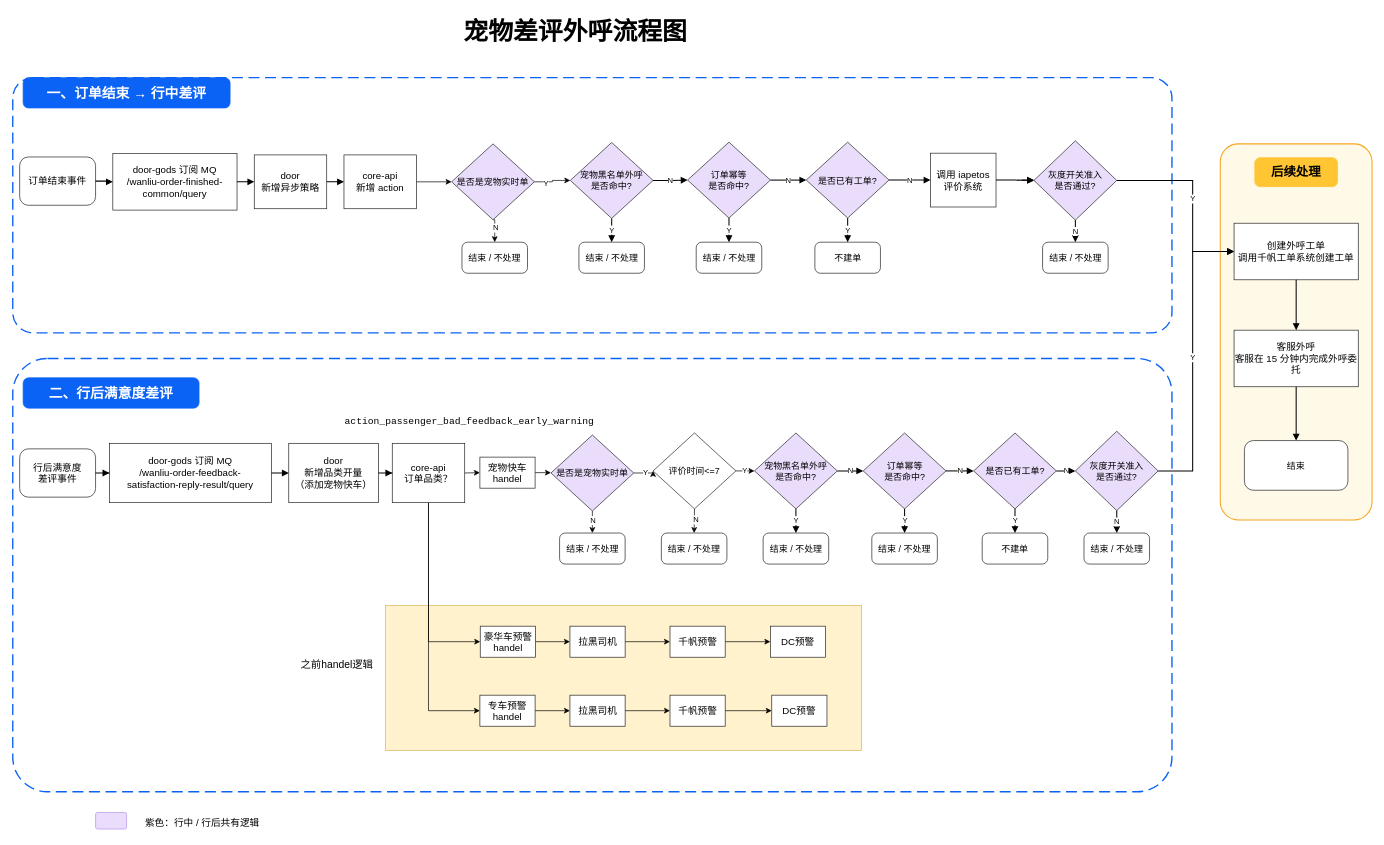
This is 宠物外呼流程图.drawio from EYOKE/hello-world, a draw.io file, before an edit. Source tidied: cells renumbered, new cells numbered last; positions are measured from the earlier drawing's top-left corner, leaving out a move shared by most shapes. Both pictures are drawn from the tidied source at 69%, with x=0, y=0 at pixel (12, 12).
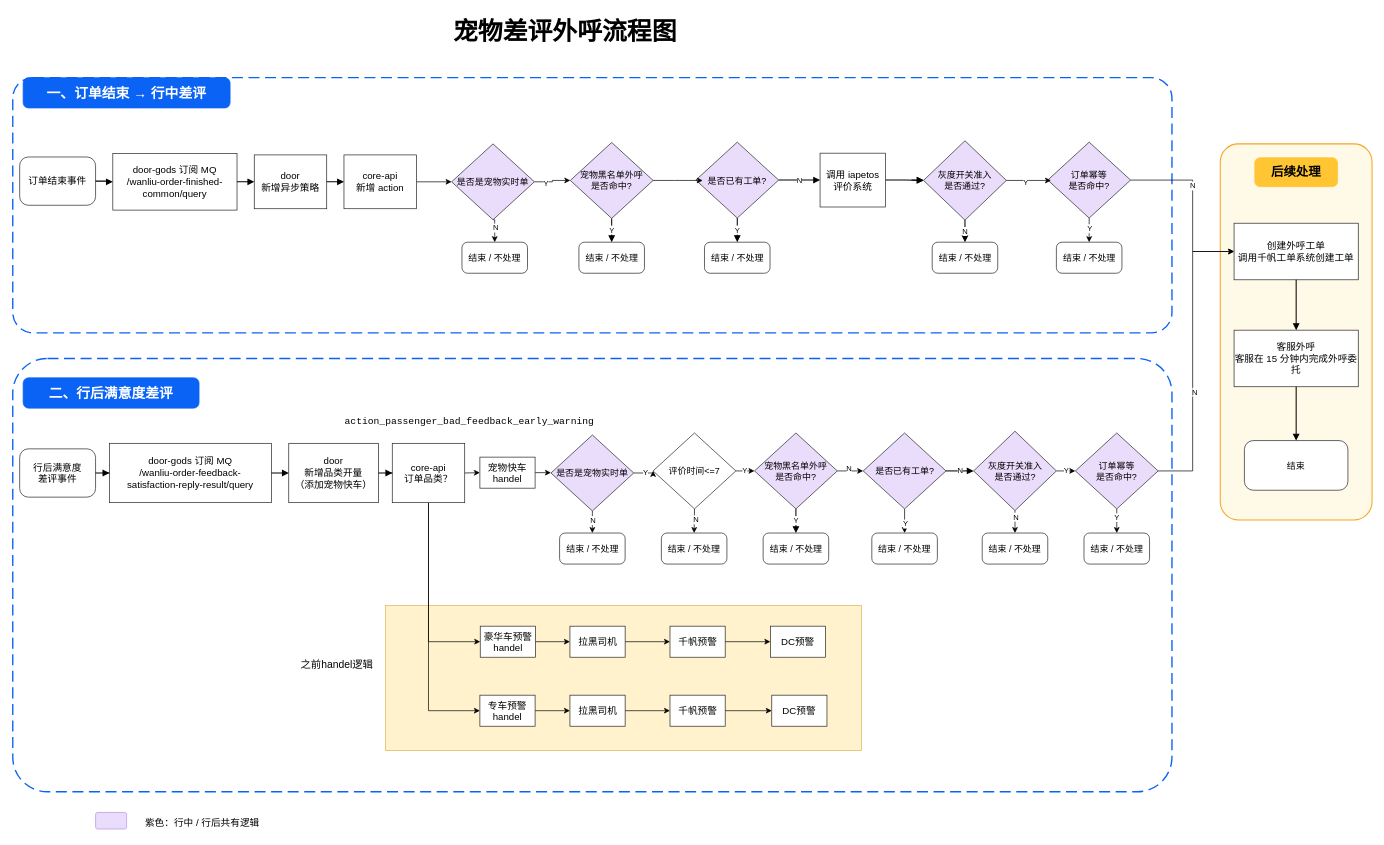
Above is the later version.

Commit message:
订单幂等后移

Unchanged cells that the change refers to:
```xml
<mxCell id="13" value="宠物黑名单外呼&lt;br&gt;是否命中?" style="rhombus;whiteSpace=wrap;html=1;fillColor=#EADCFB;strokeColor=#222222;fontSize=13;" parent="1" vertex="1">
  <mxGeometry x="808" y="189" width="120" height="110" as="geometry" />
</mxCell>
<mxCell id="28" value="宠物黑名单外呼&lt;br&gt;是否命中?" style="rhombus;whiteSpace=wrap;html=1;fillColor=#EADCFB;strokeColor=#222222;fontSize=13;" parent="1" vertex="1">
  <mxGeometry x="1075" y="610" width="120" height="110" as="geometry" />
</mxCell>
<mxCell id="33" value="结束 / 不处理" style="rounded=1;whiteSpace=wrap;html=1;fillColor=#FFFFFF;strokeColor=#222222;fontSize=13;arcSize=18;" parent="1" vertex="1">
  <mxGeometry x="1245" y="755" width="95" height="45" as="geometry" />
</mxCell>
<mxCell id="35" value="结束 / 不处理" style="rounded=1;whiteSpace=wrap;html=1;fillColor=#FFFFFF;strokeColor=#222222;fontSize=13;arcSize=18;" parent="1" vertex="1">
  <mxGeometry x="1552.5" y="755" width="95" height="45" as="geometry" />
</mxCell>
<mxCell id="38" value="创建外呼工单&lt;br&gt;调用千帆工单系统创建工单" style="rounded=0;whiteSpace=wrap;html=1;fillColor=#FFFFFF;strokeColor=#222222;fontSize=14;" parent="1" vertex="1">
  <mxGeometry x="1770" y="306" width="180" height="82" as="geometry" />
</mxCell>
```

What changed in the source:
```diff
@@
     <mxCell id="3" value="宠物差评外呼流程图" style="text;html=1;strokeColor=none;fillColor=none;align=center;verticalAlign=middle;fontSize=36;fontStyle=1;fontFamily=Helvetica;" parent="1" vertex="1">
-      <mxGeometry x="490" width="650" height="55" as="geometry" />
+      <mxGeometry x="490" width="620" height="55" as="geometry" />
     </mxCell>
@@
-    <mxCell id="14" value="订单幂等&lt;br&gt;是否命中?" style="rhombus;whiteSpace=wrap;html=1;fillColor=#EADCFB;strokeColor=#222222;fontSize=13;" parent="1" vertex="1">
-      <mxGeometry x="978" y="188.5" width="120" height="110" as="geometry" />
-    </mxCell>
     <mxCell id="15" value="是否已有工单?" style="rhombus;whiteSpace=wrap;html=1;fillColor=#EADCFB;strokeColor=#222222;fontSize=13;" parent="1" vertex="1">
-      <mxGeometry x="1150" y="188.5" width="120" height="110" as="geometry" />
+      <mxGeometry x="990" y="188.5" width="120" height="110" as="geometry" />
     </mxCell>
     <mxCell id="16" value="调用 iapetos&lt;br&gt;评价系统" style="rounded=0;whiteSpace=wrap;html=1;fillColor=#FFFFFF;strokeColor=#222222;fontSize=14;" parent="1" vertex="1">
-      <mxGeometry x="1330" y="204.5" width="95" height="78" as="geometry" />
+      <mxGeometry x="1170" y="204.5" width="95" height="78" as="geometry" />
     </mxCell>
@@
     <mxCell id="18" value="结束 / 不处理" style="rounded=1;whiteSpace=wrap;html=1;fillColor=#FFFFFF;strokeColor=#222222;fontSize=13;arcSize=18;" parent="1" vertex="1">
-      <mxGeometry x="990.5" y="333.5" width="95" height="45" as="geometry" />
+      <mxGeometry x="1512.5" y="333.5" width="95" height="45" as="geometry" />
     </mxCell>
-    <mxCell id="19" value="不建单" style="rounded=1;whiteSpace=wrap;html=1;fillColor=#FFFFFF;strokeColor=#222222;fontSize=13;arcSize=18;" parent="1" vertex="1">
-      <mxGeometry x="1162.5" y="333.5" width="95" height="45" as="geometry" />
+    <mxCell id="19" value="结束 / 不处理" style="rounded=1;whiteSpace=wrap;html=1;fillColor=#FFFFFF;strokeColor=#222222;fontSize=13;arcSize=18;" parent="1" vertex="1">
+      <mxGeometry x="1002.5" y="333.5" width="95" height="45" as="geometry" />
     </mxCell>
     <mxCell id="20" value="结束 / 不处理" style="rounded=1;whiteSpace=wrap;html=1;fillColor=#FFFFFF;strokeColor=#222222;fontSize=13;arcSize=18;" parent="1" vertex="1">
-      <mxGeometry x="1492.5" y="333.5" width="95" height="45" as="geometry" />
+      <mxGeometry x="1332.5" y="333.5" width="95" height="45" as="geometry" />
     </mxCell>
@@
+    <mxCell id="106" style="edgeStyle=orthogonalEdgeStyle;rounded=0;jettySize=auto;html=1;exitX=1;exitY=0.5;exitDx=0;exitDy=0;entryX=0;entryY=0.5;entryDx=0;entryDy=0;" parent="1" edge="1" source="28" target="30">
+      <mxGeometry relative="1" as="geometry" />
+    </mxCell>
+    <mxCell id="107" value="N" style="edgeLabel;html=1;align=center;verticalAlign=middle;" parent="106" vertex="1">
+      <mxGeometry x="-0.16" y="4" relative="1" as="geometry" />
+    </mxCell>
@@
-    <mxCell id="29" value="订单幂等&lt;br&gt;是否命中?" style="rhombus;whiteSpace=wrap;html=1;fillColor=#EADCFB;strokeColor=#222222;fontSize=13;" parent="1" vertex="1">
-      <mxGeometry x="1232.5" y="610" width="120" height="110" as="geometry" />
-    </mxCell>
+    <mxCell id="108" style="edgeStyle=orthogonalEdgeStyle;rounded=0;jettySize=auto;html=1;exitX=0.5;exitY=1;exitDx=0;exitDy=0;entryX=0.5;entryY=0;entryDx=0;entryDy=0;" parent="1" edge="1" source="30" target="33">
+      <mxGeometry relative="1" as="geometry" />
+    </mxCell>
+    <mxCell id="109" value="Y" style="edgeLabel;html=1;align=center;verticalAlign=middle;" parent="108" vertex="1">
+      <mxGeometry x="0.21" y="1" relative="1" as="geometry" />
+    </mxCell>
     <mxCell id="30" value="是否已有工单?" style="rhombus;whiteSpace=wrap;html=1;fillColor=#EADCFB;strokeColor=#222222;fontSize=13;" parent="1" vertex="1">
-      <mxGeometry x="1392.5" y="610" width="120" height="110" as="geometry" />
+      <mxGeometry x="1232.5" y="610" width="120" height="110" as="geometry" />
     </mxCell>
+    <mxCell id="110" style="edgeStyle=orthogonalEdgeStyle;rounded=0;jettySize=auto;html=1;exitX=0.5;exitY=1;exitDx=0;exitDy=0;entryX=0.5;entryY=0;entryDx=0;entryDy=0;" parent="1" edge="1" source="31" target="118">
+      <mxGeometry relative="1" as="geometry" />
+    </mxCell>
+    <mxCell id="111" value="N" style="edgeLabel;html=1;align=center;verticalAlign=middle;" parent="110" vertex="1">
+      <mxGeometry x="-0.44" y="1" relative="1" as="geometry" />
+    </mxCell>
+    <mxCell id="112" value="Y" style="edgeStyle=orthogonalEdgeStyle;rounded=0;jettySize=auto;html=1;exitX=1;exitY=0.5;exitDx=0;exitDy=0;entryX=0;entryY=0.5;entryDx=0;entryDy=0;" parent="1" edge="1" source="31" target="117">
+      <mxGeometry relative="1" as="geometry" />
+    </mxCell>
     <mxCell id="31" value="灰度开关准入&lt;br&gt;是否通过?" style="rhombus;whiteSpace=wrap;html=1;fillColor=#EADCFB;strokeColor=#222222;fontSize=13;" parent="1" vertex="1">
-      <mxGeometry x="1540" y="607.5" width="120" height="115" as="geometry" />
+      <mxGeometry x="1392.5" y="607.5" width="120" height="115" as="geometry" />
     </mxCell>
@@
-    <mxCell id="34" value="不建单" style="rounded=1;whiteSpace=wrap;html=1;fillColor=#FFFFFF;strokeColor=#222222;fontSize=13;arcSize=18;" parent="1" vertex="1">
-      <mxGeometry x="1405" y="755" width="95" height="45" as="geometry" />
-    </mxCell>
@@
-    <mxCell id="44" value="N" style="edgeStyle=orthogonalEdgeStyle;rounded=0;jettySize=auto;html=1;endArrow=block;endFill=1;strokeWidth=1.5;" parent="1" edge="1" source="13" target="14">
-      <mxGeometry relative="1" as="geometry" />
-    </mxCell>
-    <mxCell id="45" value="N" style="edgeStyle=orthogonalEdgeStyle;rounded=0;jettySize=auto;html=1;endArrow=block;endFill=1;strokeWidth=1.5;" parent="1" edge="1" source="14" target="15">
-      <mxGeometry relative="1" as="geometry" />
-    </mxCell>
@@
-    <mxCell id="48" value="Y" style="edgeStyle=orthogonalEdgeStyle;rounded=0;jettySize=auto;html=1;endArrow=block;endFill=1;strokeWidth=1.5;entryX=0;entryY=0.5;entryDx=0;entryDy=0;" parent="1" edge="1" source="105">
-      <mxGeometry relative="1" as="geometry">
-        <mxPoint x="1770" y="347" as="targetPoint" />
-        <Array as="points">
-          <mxPoint x="1710" y="243.5" />
-          <mxPoint x="1710" y="347" />
-        </Array>
-      </mxGeometry>
-    </mxCell>
@@
-    <mxCell id="50" value="Y" style="edgeStyle=orthogonalEdgeStyle;rounded=0;jettySize=auto;html=1;endArrow=block;endFill=1;strokeWidth=1.5;" parent="1" edge="1" source="14" target="18">
-      <mxGeometry relative="1" as="geometry" />
-    </mxCell>
@@
-    <mxCell id="56" value="N" style="edgeStyle=orthogonalEdgeStyle;rounded=0;jettySize=auto;html=1;endArrow=block;endFill=1;strokeWidth=1.5;" parent="1" edge="1" source="28" target="29">
-      <mxGeometry relative="1" as="geometry" />
-    </mxCell>
-    <mxCell id="57" value="N" style="edgeStyle=orthogonalEdgeStyle;rounded=0;jettySize=auto;html=1;endArrow=block;endFill=1;strokeWidth=1.5;" parent="1" edge="1" source="29" target="30">
-      <mxGeometry relative="1" as="geometry" />
-    </mxCell>
@@
-    <mxCell id="59" value="Y" style="edgeStyle=orthogonalEdgeStyle;rounded=0;jettySize=auto;html=1;endArrow=block;endFill=1;strokeWidth=1.5;exitX=1;exitY=0.5;exitDx=0;exitDy=0;entryX=0;entryY=0.5;entryDx=0;entryDy=0;" parent="1" edge="1" source="31" target="38">
-      <mxGeometry relative="1" as="geometry">
-        <Array as="points">
-          <mxPoint x="1710" y="665" />
-          <mxPoint x="1710" y="347" />
-        </Array>
-      </mxGeometry>
-    </mxCell>
@@
-    <mxCell id="61" value="Y" style="edgeStyle=orthogonalEdgeStyle;rounded=0;jettySize=auto;html=1;endArrow=block;endFill=1;strokeWidth=1.5;" parent="1" edge="1" source="29" target="33">
-      <mxGeometry relative="1" as="geometry" />
-    </mxCell>
-    <mxCell id="62" value="Y" style="edgeStyle=orthogonalEdgeStyle;rounded=0;jettySize=auto;html=1;endArrow=block;endFill=1;strokeWidth=1.5;" parent="1" edge="1" source="30" target="34">
-      <mxGeometry relative="1" as="geometry" />
-    </mxCell>
-    <mxCell id="63" value="N" style="edgeStyle=orthogonalEdgeStyle;rounded=0;jettySize=auto;html=1;endArrow=block;endFill=1;strokeWidth=1.5;" parent="1" edge="1" source="31" target="35">
-      <mxGeometry relative="1" as="geometry" />
-    </mxCell>
@@
     <mxCell id="104" style="edgeStyle=orthogonalEdgeStyle;rounded=0;jettySize=auto;html=1;endArrow=block;endFill=1;strokeWidth=1.5;entryX=0;entryY=0.5;entryDx=0;entryDy=0;" parent="1" edge="1" target="105">
       <mxGeometry relative="1" as="geometry">
-        <mxPoint x="1462.5" y="243.5" as="sourcePoint" />
+        <mxPoint x="1302.5" y="243.5" as="sourcePoint" />
       </mxGeometry>
     </mxCell>
     <mxCell id="105" value="灰度开关准入&lt;br&gt;是否通过?" style="rhombus;whiteSpace=wrap;html=1;fillColor=#EADCFB;strokeColor=#222222;fontSize=13;" parent="1" vertex="1">
-      <mxGeometry x="1480" y="186.5" width="120" height="115" as="geometry" />
+      <mxGeometry x="1320" y="186.5" width="120" height="115" as="geometry" />
     </mxCell>
+    <mxCell id="113" style="edgeStyle=orthogonalEdgeStyle;rounded=0;jettySize=auto;html=1;exitX=0.5;exitY=1;exitDx=0;exitDy=0;" parent="1" edge="1" source="117" target="35">
+      <mxGeometry relative="1" as="geometry" />
+    </mxCell>
+    <mxCell id="114" value="Y" style="edgeLabel;html=1;align=center;verticalAlign=middle;" parent="113" vertex="1">
+      <mxGeometry x="-0.47" y="-1" relative="1" as="geometry" />
+    </mxCell>
+    <mxCell id="115" style="edgeStyle=orthogonalEdgeStyle;rounded=0;jettySize=auto;html=1;exitX=1;exitY=0.5;exitDx=0;exitDy=0;entryX=0;entryY=0.5;entryDx=0;entryDy=0;" parent="1" edge="1" source="117" target="38">
+      <mxGeometry relative="1" as="geometry">
+        <Array as="points">
+          <mxPoint x="1710" y="665" />
+          <mxPoint x="1710" y="347" />
+        </Array>
+      </mxGeometry>
+    </mxCell>
+    <mxCell id="116" value="N" style="edgeLabel;html=1;align=center;verticalAlign=middle;" parent="115" vertex="1">
+      <mxGeometry x="-0.23" y="-2" relative="1" as="geometry" />
+    </mxCell>
+    <mxCell id="117" value="订单幂等&lt;br&gt;是否命中?" style="rhombus;whiteSpace=wrap;html=1;fillColor=#EADCFB;strokeColor=#222222;fontSize=13;" parent="1" vertex="1">
+      <mxGeometry x="1540" y="610" width="120" height="110" as="geometry" />
+    </mxCell>
+    <mxCell id="118" value="结束 / 不处理" style="rounded=1;whiteSpace=wrap;html=1;fillColor=#FFFFFF;strokeColor=#222222;fontSize=13;arcSize=18;" parent="1" vertex="1">
+      <mxGeometry x="1405" y="755" width="95" height="45" as="geometry" />
+    </mxCell>
+    <mxCell id="119" style="edgeStyle=orthogonalEdgeStyle;rounded=0;jettySize=auto;html=1;exitX=0.5;exitY=1;exitDx=0;exitDy=0;entryX=0.5;entryY=0;entryDx=0;entryDy=0;" parent="1" edge="1" source="123" target="18">
+      <mxGeometry relative="1" as="geometry" />
+    </mxCell>
+    <mxCell id="120" value="Y" style="edgeLabel;html=1;align=center;verticalAlign=middle;" parent="119" vertex="1">
+      <mxGeometry x="-0.13" relative="1" as="geometry" />
+    </mxCell>
+    <mxCell id="121" style="edgeStyle=orthogonalEdgeStyle;rounded=0;jettySize=auto;html=1;exitX=1;exitY=0.5;exitDx=0;exitDy=0;entryX=0;entryY=0.5;entryDx=0;entryDy=0;" parent="1" edge="1" source="123" target="38">
+      <mxGeometry relative="1" as="geometry">
+        <Array as="points">
+          <mxPoint x="1710" y="243.5" />
+          <mxPoint x="1710" y="347" />
+        </Array>
+      </mxGeometry>
+    </mxCell>
+    <mxCell id="122" value="N" style="edgeLabel;html=1;align=center;verticalAlign=middle;" parent="121" vertex="1">
+      <mxGeometry x="-0.23" y="-1" relative="1" as="geometry" />
+    </mxCell>
+    <mxCell id="123" value="订单幂等&lt;br&gt;是否命中?" style="rhombus;whiteSpace=wrap;html=1;fillColor=#EADCFB;strokeColor=#222222;fontSize=13;" parent="1" vertex="1">
+      <mxGeometry x="1500" y="188.5" width="120" height="110" as="geometry" />
+    </mxCell>
+    <mxCell id="124" style="edgeStyle=orthogonalEdgeStyle;rounded=0;jettySize=auto;html=1;exitX=1;exitY=0.5;exitDx=0;exitDy=0;entryX=0.083;entryY=0.505;entryDx=0;entryDy=0;entryPerimeter=0;" parent="1" edge="1" source="13" target="15">
+      <mxGeometry relative="1" as="geometry" />
+    </mxCell>
+    <mxCell id="125" style="edgeStyle=orthogonalEdgeStyle;rounded=0;jettySize=auto;html=1;exitX=1;exitY=0.5;exitDx=0;exitDy=0;entryX=0.039;entryY=0.505;entryDx=0;entryDy=0;entryPerimeter=0;" parent="1" edge="1" source="105" target="123">
+      <mxGeometry relative="1" as="geometry" />
+    </mxCell>
+    <mxCell id="126" value="Y" style="edgeLabel;html=1;align=center;verticalAlign=middle;" parent="125" vertex="1">
+      <mxGeometry x="-0.07" y="-2" relative="1" as="geometry">
+        <mxPoint x="-2" as="offset" />
+      </mxGeometry>
+    </mxCell>
```
